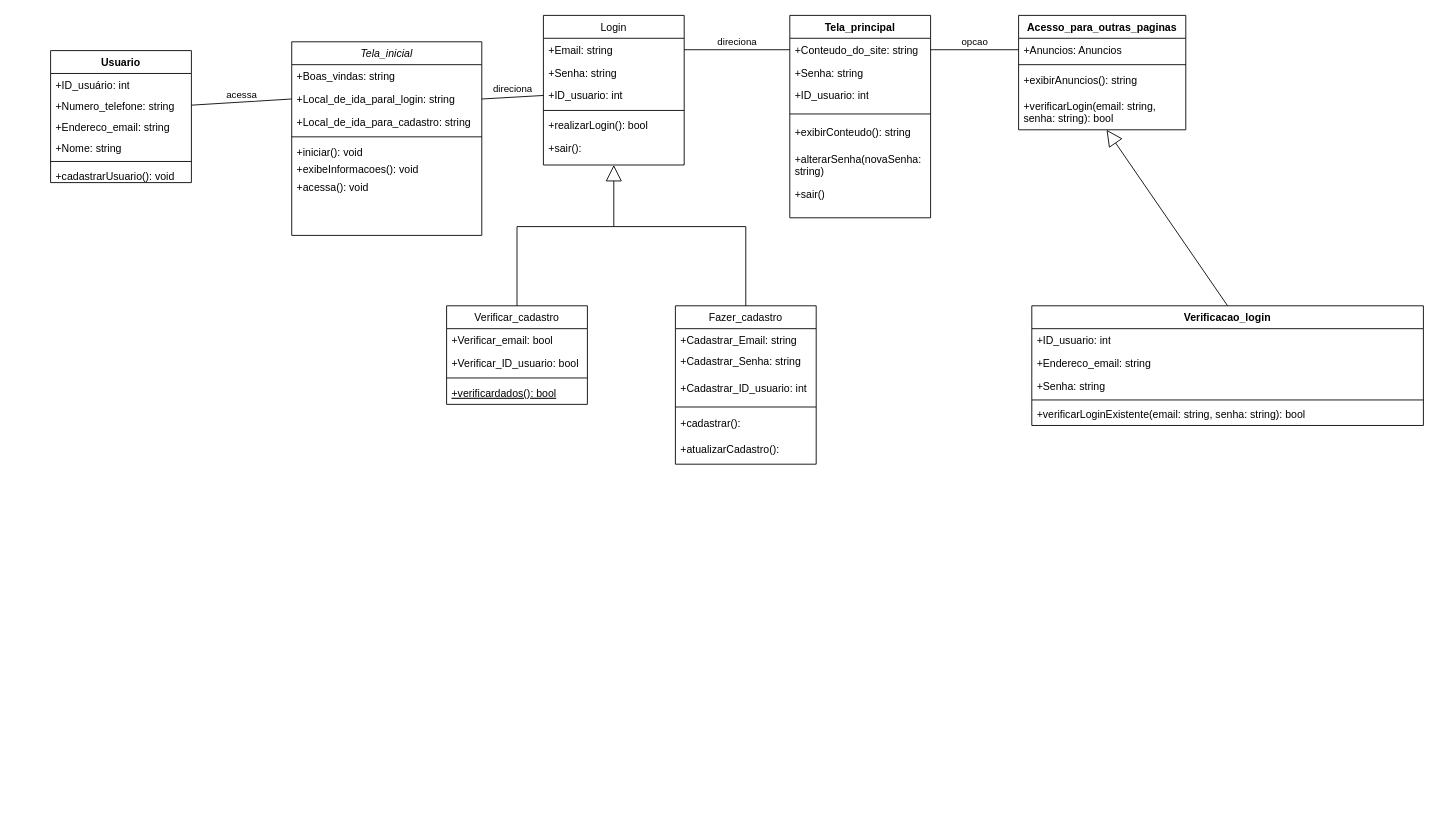
The draw.io diagram diagramas/Diagrama de classes finalizado.drawio in pie172/FATEC_PI_2SEM_2023, before the edit. Source tidied: cells renumbered, new cells numbered last; positions are measured from the earlier drawing's top-left corner, leaving out a move shared by most shapes. Both pictures are drawn from the tidied source at 88%, with x=0, y=0 at pixel (50, 15).
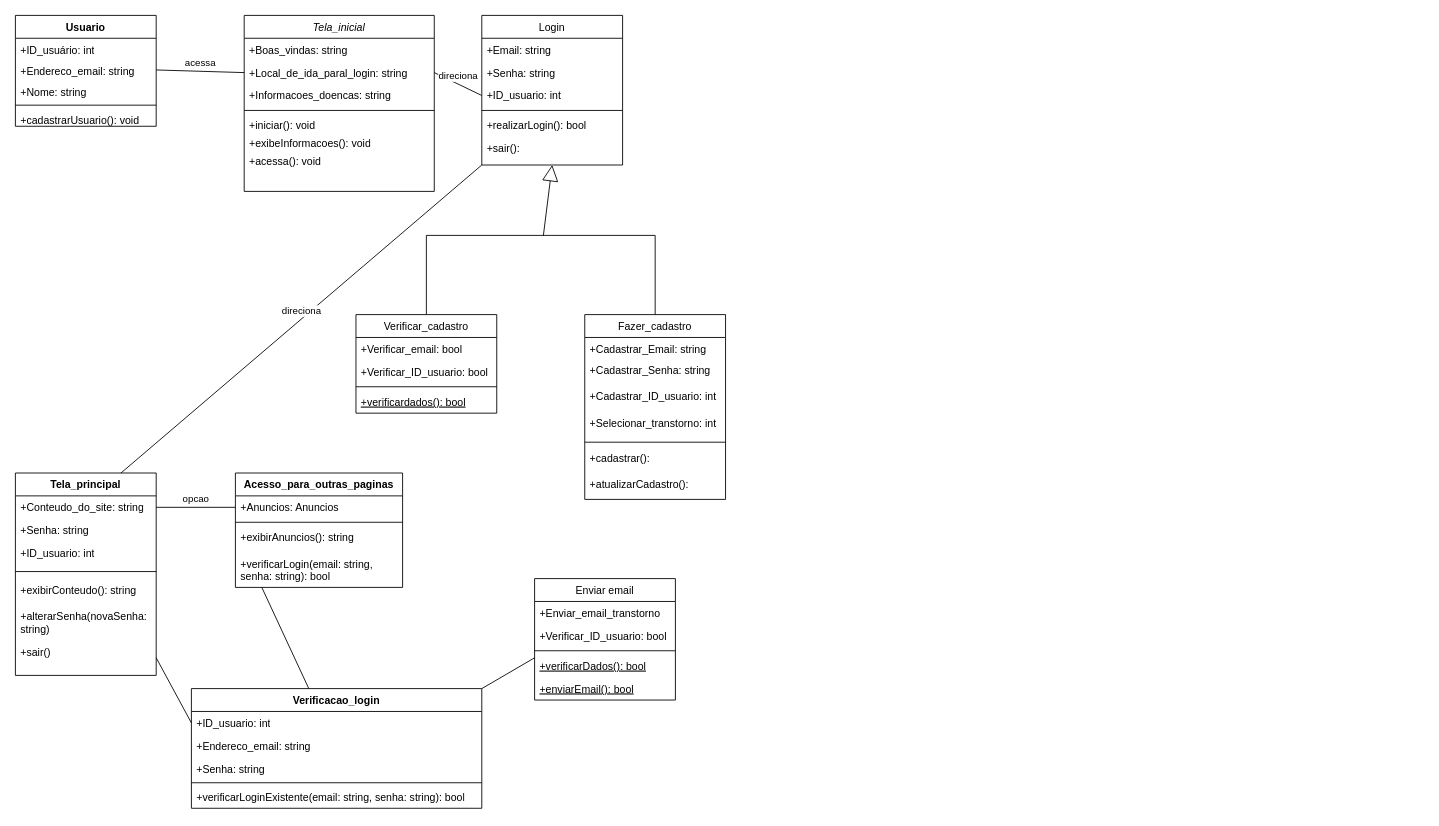
The same diagram, later.

Commit message (it also covers changes not shown here):
ultima versão diagrama

Unchanged cells that the change refers to:
```xml
<mxCell id="4" value="+Local_de_ida_paral_login: string" style="text;align=left;verticalAlign=top;spacingLeft=4;spacingRight=4;overflow=hidden;points=[[0,0.5],[1,0.5]];portConstraint=eastwest;rounded=0;shadow=0;html=0;" parent="2" vertex="1">
  <mxGeometry y="52" width="216" height="26" as="geometry" />
</mxCell>
<mxCell id="23" value="+Email: string" style="text;align=left;verticalAlign=top;spacingLeft=4;spacingRight=4;overflow=hidden;points=[[0,0.5],[1,0.5]];portConstraint=eastwest;" parent="22" vertex="1">
  <mxGeometry y="26" width="160" height="26" as="geometry" />
</mxCell>
<mxCell id="30" value="+Conteudo_do_site: string" style="text;strokeColor=none;fillColor=none;align=left;verticalAlign=top;spacingLeft=4;spacingRight=4;overflow=hidden;points=[[0,0.5],[1,0.5]];portConstraint=eastwest;whiteSpace=wrap;html=1;" parent="29" vertex="1">
  <mxGeometry y="26" width="160" height="26" as="geometry" />
</mxCell>
<mxCell id="36" value="+sair()" style="text;strokeColor=none;fillColor=none;align=left;verticalAlign=top;spacingLeft=4;spacingRight=4;overflow=hidden;points=[[0,0.5],[1,0.5]];portConstraint=eastwest;whiteSpace=wrap;html=1;" parent="29" vertex="1">
  <mxGeometry y="190" width="160" height="40" as="geometry" />
</mxCell>
<mxCell id="53" value="+verificarLogin(email: string, senha: string): bool" style="text;strokeColor=none;fillColor=none;align=left;verticalAlign=top;spacingLeft=4;spacingRight=4;overflow=hidden;points=[[0,0.5],[1,0.5]];portConstraint=eastwest;whiteSpace=wrap;html=1;" parent="49" vertex="1">
  <mxGeometry y="90" width="190" height="40" as="geometry" />
</mxCell>
```

What changed in the source:
```diff
@@
     <mxCell id="2" value="Tela_inicial" style="swimlane;fontStyle=2;align=center;verticalAlign=top;horizontal=1;startSize=26;rounded=0;shadow=0;strokeWidth=1;" parent="1" vertex="1">
-      <mxGeometry x="274" y="30" width="216" height="220" as="geometry" />
+      <mxGeometry x="220" width="216" height="200" as="geometry" />
     </mxCell>
@@
-    <mxCell id="5" value="+Local_de_ida_para_cadastro: string" style="text;align=left;verticalAlign=top;spacingLeft=4;spacingRight=4;overflow=hidden;rounded=0;shadow=0;html=0;" parent="2" vertex="1">
+    <mxCell id="5" value="+Informacoes_doencas: string" style="text;align=left;verticalAlign=top;spacingLeft=4;spacingRight=4;overflow=hidden;rounded=0;shadow=0;html=0;" parent="2" vertex="1">
       <mxGeometry y="78" width="216" height="26" as="geometry" />
     </mxCell>
@@
     <mxCell id="10" value="Verificar_cadastro" style="swimlane;fontStyle=0;align=center;verticalAlign=top;horizontal=1;startSize=26;rounded=0;shadow=0;strokeWidth=1;" parent="1" vertex="1">
-      <mxGeometry x="450" y="330" width="160" height="112" as="geometry" />
+      <mxGeometry x="347" y="340" width="160" height="112" as="geometry" />
     </mxCell>
@@
     <mxCell id="15" value="Fazer_cadastro" style="swimlane;fontStyle=0;align=center;verticalAlign=top;horizontal=1;startSize=26;rounded=0;shadow=0;strokeWidth=1;" parent="1" vertex="1">
-      <mxGeometry x="710" y="330" width="160" height="180" as="geometry" />
+      <mxGeometry x="607" y="340" width="160" height="210" as="geometry" />
     </mxCell>
@@
+    <mxCell id="62" value="+Selecionar_transtorno: int" style="text;align=left;verticalAlign=top;spacingLeft=4;spacingRight=4;overflow=hidden;" parent="15" vertex="1">
+      <mxGeometry y="110" width="160" height="30" as="geometry" />
+    </mxCell>
     <mxCell id="19" style="line;html=1;strokeWidth=1;align=left;verticalAlign=middle;spacingTop=-1;spacingLeft=3;spacingRight=3;labelPosition=right;" parent="15" vertex="1">
-      <mxGeometry y="110" width="160" height="10" as="geometry" />
+      <mxGeometry y="140" width="160" height="10" as="geometry" />
     </mxCell>
     <mxCell id="20" value="+cadastrar():" style="text;align=left;verticalAlign=top;spacingLeft=4;spacingRight=4;overflow=hidden;" parent="15" vertex="1">
-      <mxGeometry y="120" width="160" height="30" as="geometry" />
+      <mxGeometry y="150" width="160" height="30" as="geometry" />
     </mxCell>
     <mxCell id="21" value="+atualizarCadastro():" style="text;align=left;verticalAlign=top;spacingLeft=4;spacingRight=4;overflow=hidden;" parent="15" vertex="1">
-      <mxGeometry y="150" width="160" height="30" as="geometry" />
+      <mxGeometry y="180" width="160" height="30" as="geometry" />
     </mxCell>
     <mxCell id="22" value="Login" style="swimlane;fontStyle=0;align=center;verticalAlign=top;horizontal=1;startSize=26;rounded=0;shadow=0;strokeWidth=1;" parent="1" vertex="1">
-      <mxGeometry x="560" width="160" height="170" as="geometry" />
+      <mxGeometry x="490" width="160" height="170" as="geometry" />
     </mxCell>
@@
     <mxCell id="29" value="Tela_principal" style="swimlane;fontStyle=1;align=center;verticalAlign=top;horizontal=1;startSize=26;whiteSpace=wrap;html=1;" parent="1" vertex="1">
-      <mxGeometry x="840" width="160" height="230" as="geometry" />
+      <mxGeometry x="-40" y="520" width="160" height="230" as="geometry" />
     </mxCell>
@@
     <mxCell id="37" value="Usuario" style="swimlane;fontStyle=1;align=center;verticalAlign=top;horizontal=1;startSize=26;whiteSpace=wrap;html=1;" parent="1" vertex="1">
-      <mxGeometry y="40" width="160" height="150" as="geometry" />
+      <mxGeometry x="-40" width="160" height="126" as="geometry" />
     </mxCell>
@@
-    <mxCell id="39" value="+Numero_telefone: string" style="text;strokeColor=none;fillColor=none;align=left;verticalAlign=top;spacingLeft=4;spacingRight=4;overflow=hidden;points=[[0,0.5],[1,0.5]];portConstraint=eastwest;whiteSpace=wrap;html=1;" parent="37" vertex="1">
-      <mxGeometry y="50" width="160" height="24" as="geometry" />
-    </mxCell>
     <mxCell id="40" value="+Endereco_email: string" style="text;strokeColor=none;fillColor=none;align=left;verticalAlign=top;spacingLeft=4;spacingRight=4;overflow=hidden;whiteSpace=wrap;html=1;" parent="37" vertex="1">
-      <mxGeometry y="74" width="160" height="24" as="geometry" />
+      <mxGeometry y="50" width="160" height="24" as="geometry" />
     </mxCell>
     <mxCell id="41" value="+Nome: string" style="text;strokeColor=none;fillColor=none;align=left;verticalAlign=top;spacingLeft=4;spacingRight=4;overflow=hidden;whiteSpace=wrap;html=1;" parent="37" vertex="1">
-      <mxGeometry y="98" width="160" height="24" as="geometry" />
+      <mxGeometry y="74" width="160" height="24" as="geometry" />
     </mxCell>
     <mxCell id="42" style="line;strokeWidth=1;fillColor=none;align=left;verticalAlign=middle;spacingTop=-1;spacingLeft=3;spacingRight=3;labelPosition=right;strokeColor=inherit;" parent="37" vertex="1">
-      <mxGeometry y="122" width="160" height="8" as="geometry" />
+      <mxGeometry y="98" width="160" height="8" as="geometry" />
     </mxCell>
     <mxCell id="43" value="+cadastrarUsuario(): void" style="text;strokeColor=none;fillColor=none;align=left;verticalAlign=top;spacingLeft=4;spacingRight=4;overflow=hidden;whiteSpace=wrap;html=1;" parent="37" vertex="1">
-      <mxGeometry y="130" width="160" height="20" as="geometry" />
+      <mxGeometry y="106" width="160" height="20" as="geometry" />
     </mxCell>
-    <mxCell id="44" value="acessa" style="html=1;verticalAlign=bottom;endArrow=none;curved=0;rounded=0;entryX=0;entryY=0.5;entryDx=0;entryDy=0;exitX=1;exitY=0.5;exitDx=0;exitDy=0;endFill=0;" parent="1" edge="1" source="39" target="4">
-      <mxGeometry relative="1" as="geometry" />
+    <mxCell id="44" value="acessa" style="html=1;verticalAlign=bottom;endArrow=none;curved=0;rounded=0;entryX=0;entryY=0.5;entryDx=0;entryDy=0;exitX=1;exitY=0.5;exitDx=0;exitDy=0;endFill=0;" parent="1" edge="1" target="4">
+      <mxGeometry relative="1" as="geometry">
+        <mxPoint x="120" y="62" as="sourcePoint" />
+      </mxGeometry>
     </mxCell>
@@
-    <mxCell id="46" value="direciona" style="html=1;verticalAlign=bottom;endArrow=none;curved=0;rounded=0;entryX=0;entryY=0.5;entryDx=0;entryDy=0;exitX=1;exitY=0.5;exitDx=0;exitDy=0;endFill=0;" parent="1" edge="1" source="23" target="30">
+    <mxCell id="46" value="direciona" style="html=1;verticalAlign=bottom;endArrow=none;curved=0;rounded=0;exitX=0;exitY=1;exitDx=0;exitDy=0;endFill=0;entryX=0.75;entryY=0;entryDx=0;entryDy=0;" parent="1" edge="1" source="22" target="29">
       <mxGeometry relative="1" as="geometry" />
     </mxCell>
     <mxCell id="47" style="html=1;verticalAlign=bottom;endArrow=none;curved=0;rounded=0;exitX=0.5;exitY=0;exitDx=0;exitDy=0;entryX=0.5;entryY=0;entryDx=0;entryDy=0;endFill=0;" parent="1" edge="1" source="10" target="15">
       <mxGeometry relative="1" as="geometry">
         <Array as="points">
-          <mxPoint x="530" y="240" />
-          <mxPoint x="790" y="240" />
+          <mxPoint x="427" y="250" />
+          <mxPoint x="687" y="250" />
         </Array>
       </mxGeometry>
     </mxCell>
     <mxCell id="48" style="endArrow=block;endSize=16;endFill=0;html=1;rounded=0;entryX=0.5;entryY=1;entryDx=0;entryDy=0;" parent="1" edge="1" target="22">
       <mxGeometry relative="1" as="geometry">
-        <mxPoint x="640" y="240" as="sourcePoint" />
+        <mxPoint x="560" y="250" as="sourcePoint" />
       </mxGeometry>
     </mxCell>
     <mxCell id="49" value="Acesso_para_outras_paginas" style="swimlane;fontStyle=1;align=center;verticalAlign=top;horizontal=1;startSize=26;whiteSpace=wrap;html=1;" parent="1" vertex="1">
-      <mxGeometry x="1100" width="190" height="130" as="geometry" />
+      <mxGeometry x="210" y="520" width="190" height="130" as="geometry" />
     </mxCell>
@@
     <mxCell id="55" value="Verificacao_login" style="swimlane;fontStyle=1;align=center;verticalAlign=top;horizontal=1;startSize=26;whiteSpace=wrap;html=1;" parent="1" vertex="1">
-      <mxGeometry x="1115" y="330" width="445" height="136" as="geometry" />
+      <mxGeometry x="160" y="765" width="330" height="136" as="geometry" />
     </mxCell>
     <mxCell id="56" value="+ID_usuario: int" style="text;strokeColor=none;fillColor=none;align=left;verticalAlign=top;spacingLeft=4;spacingRight=4;overflow=hidden;points=[[0,0.5],[1,0.5]];portConstraint=eastwest;whiteSpace=wrap;html=1;" parent="55" vertex="1">
-      <mxGeometry y="26" width="445" height="26" as="geometry" />
+      <mxGeometry y="26" width="330" height="26" as="geometry" />
     </mxCell>
     <mxCell id="57" value="+Endereco_email: string" style="text;strokeColor=none;fillColor=none;align=left;verticalAlign=top;spacingLeft=4;spacingRight=4;overflow=hidden;whiteSpace=wrap;html=1;" parent="55" vertex="1">
-      <mxGeometry y="52" width="445" height="26" as="geometry" />
+      <mxGeometry y="52" width="330" height="26" as="geometry" />
     </mxCell>
     <mxCell id="58" value="+Senha: string" style="text;strokeColor=none;fillColor=none;align=left;verticalAlign=top;spacingLeft=4;spacingRight=4;overflow=hidden;whiteSpace=wrap;html=1;" parent="55" vertex="1">
-      <mxGeometry y="78" width="445" height="26" as="geometry" />
+      <mxGeometry y="78" width="330" height="26" as="geometry" />
     </mxCell>
     <mxCell id="59" style="line;strokeWidth=1;fillColor=none;align=left;verticalAlign=middle;spacingTop=-1;spacingLeft=3;spacingRight=3;labelPosition=right;strokeColor=inherit;" parent="55" vertex="1">
-      <mxGeometry y="104" width="445" height="6" as="geometry" />
+      <mxGeometry y="104" width="330" height="6" as="geometry" />
     </mxCell>
     <mxCell id="60" value="+verificarLoginExistente(email: string, senha: string): bool" style="text;strokeColor=none;fillColor=none;align=left;verticalAlign=top;spacingLeft=4;spacingRight=4;overflow=hidden;whiteSpace=wrap;html=1;" parent="55" vertex="1">
-      <mxGeometry y="110" width="445" height="26" as="geometry" />
+      <mxGeometry y="110" width="330" height="26" as="geometry" />
     </mxCell>
-    <mxCell id="61" style="endArrow=block;endSize=16;endFill=0;html=1;rounded=0;exitX=0.5;exitY=0;exitDx=0;exitDy=0;entryX=0.526;entryY=1;entryDx=0;entryDy=0;entryPerimeter=0;" parent="1" edge="1" source="55" target="53">
-      <mxGeometry relative="1" as="geometry" />
-    </mxCell>
+    <mxCell id="63" value="Enviar email" style="swimlane;fontStyle=0;align=center;verticalAlign=top;horizontal=1;startSize=26;rounded=0;shadow=0;strokeWidth=1;" parent="1" vertex="1">
+      <mxGeometry x="550" y="640" width="160" height="138" as="geometry" />
+    </mxCell>
+    <mxCell id="64" value="+Enviar_email_transtorno " style="text;align=left;verticalAlign=top;spacingLeft=4;spacingRight=4;overflow=hidden;" parent="63" vertex="1">
+      <mxGeometry y="26" width="160" height="26" as="geometry" />
+    </mxCell>
+    <mxCell id="65" value="+Verificar_ID_usuario: bool" style="text;align=left;verticalAlign=top;spacingLeft=4;spacingRight=4;overflow=hidden;rounded=0;shadow=0;html=0;" parent="63" vertex="1">
+      <mxGeometry y="52" width="160" height="26" as="geometry" />
+    </mxCell>
+    <mxCell id="66" style="line;html=1;strokeWidth=1;align=left;verticalAlign=middle;spacingTop=-1;spacingLeft=3;spacingRight=3;labelPosition=right;" parent="63" vertex="1">
+      <mxGeometry y="78" width="160" height="8" as="geometry" />
+    </mxCell>
+    <mxCell id="67" value="+verificarDados(): bool" style="text;align=left;verticalAlign=top;spacingLeft=4;spacingRight=4;overflow=hidden;fontStyle=4;" parent="63" vertex="1">
+      <mxGeometry y="86" width="160" height="26" as="geometry" />
+    </mxCell>
+    <mxCell id="68" value="+enviarEmail(): bool" style="text;align=left;verticalAlign=top;spacingLeft=4;spacingRight=4;overflow=hidden;fontStyle=4;" parent="63" vertex="1">
+      <mxGeometry y="112" width="160" height="26" as="geometry" />
+    </mxCell>
+    <mxCell id="69" style="endArrow=none;html=1;rounded=0;exitX=1;exitY=0.5;exitDx=0;exitDy=0;entryX=0;entryY=0.5;entryDx=0;entryDy=0;" parent="1" edge="1" source="36" target="56">
+      <mxGeometry relative="1" as="geometry" />
+    </mxCell>
+    <mxCell id="70" style="endArrow=none;html=1;rounded=0;" parent="1" edge="1" target="55">
+      <mxGeometry relative="1" as="geometry">
+        <mxPoint x="240" y="650" as="sourcePoint" />
+      </mxGeometry>
+    </mxCell>
+    <mxCell id="71" style="endArrow=none;html=1;rounded=0;exitX=1;exitY=0;exitDx=0;exitDy=0;" parent="1" edge="1" source="55">
+      <mxGeometry relative="1" as="geometry">
+        <mxPoint x="550" y="730" as="targetPoint" />
+      </mxGeometry>
+    </mxCell>
```
